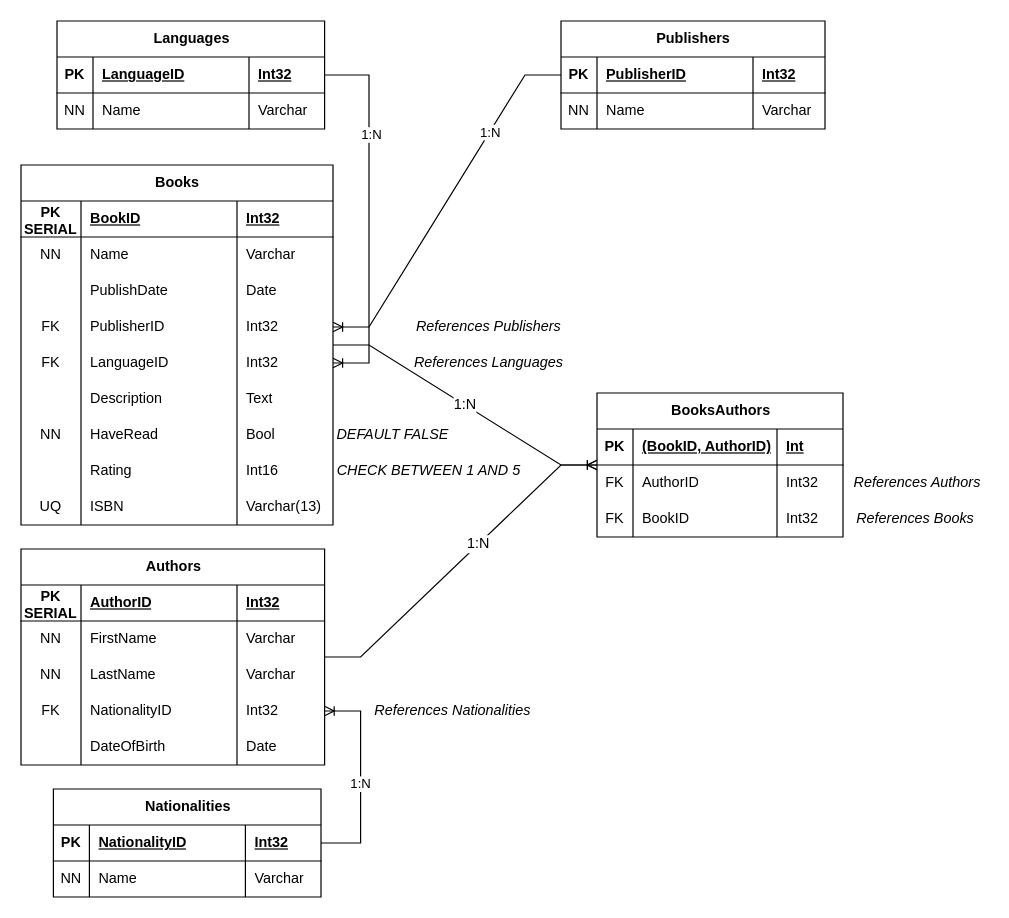
Above: navrhy/DB navrh - elektlabs.drawio in MatyasBalcar/elektlabs-staz (draw.io), before the change. Source tidied: cells renumbered, new cells numbered last; positions are measured from the earlier drawing's top-left corner, leaving out a move shared by most shapes. Both pictures are drawn from the tidied source at 120%, with x=0, y=0 at pixel (20, 20).
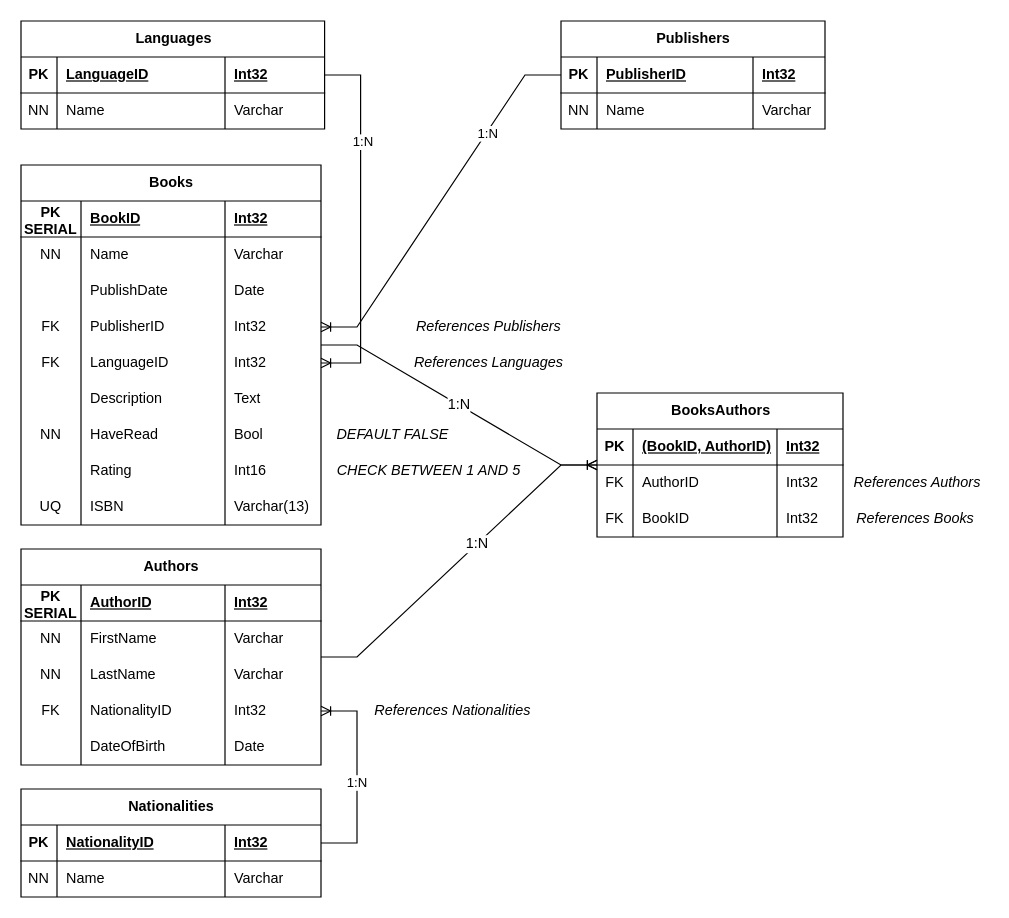
Above is the later version.

Unchanged cells that the change refers to:
```xml
<mxCell id="61" style="shape=tableRow;horizontal=0;startSize=0;swimlaneHead=0;swimlaneBody=0;fillColor=none;top=0;left=0;right=0;bottom=1;rounded=0;" parent="60" vertex="1">
  <mxGeometry y="30" width="205" height="30" as="geometry" />
</mxCell>
```

What changed in the source:
```diff
@@
     <mxCell id="2" value="Books" style="shape=table;startSize=30;childLayout=tableLayout;rowLines=0;fontStyle=1;align=center;html=1;rounded=0;" parent="1" vertex="1">
-      <mxGeometry y="120" width="260" height="300" as="geometry" />
+      <mxGeometry y="120" width="250" height="300" as="geometry" />
     </mxCell>
     <mxCell id="3" style="shape=tableRow;horizontal=0;startSize=0;swimlaneHead=0;swimlaneBody=0;fillColor=none;top=0;left=0;right=0;bottom=1;rounded=0;" parent="2" vertex="1">
-      <mxGeometry y="30" width="260" height="30" as="geometry" />
+      <mxGeometry y="30" width="250" height="30" as="geometry" />
     </mxCell>
@@
     <mxCell id="5" value="BookID" style="shape=partialRectangle;fillColor=none;top=0;left=0;bottom=0;right=0;align=left;spacingLeft=6;fontStyle=5;overflow=hidden;whiteSpace=wrap;html=1;rounded=0;" parent="3" vertex="1">
-      <mxGeometry x="50" width="130" height="30" as="geometry" />
+      <mxGeometry x="50" width="120" height="30" as="geometry" />
     </mxCell>
     <mxCell id="6" value="Int32" style="shape=partialRectangle;fillColor=none;top=0;left=0;bottom=0;right=0;align=left;spacingLeft=6;fontStyle=5;overflow=hidden;whiteSpace=wrap;html=1;rounded=0;" parent="3" vertex="1">
-      <mxGeometry x="180" width="80" height="30" as="geometry" />
+      <mxGeometry x="170" width="80" height="30" as="geometry" />
     </mxCell>
     <mxCell id="7" style="shape=tableRow;horizontal=0;startSize=0;swimlaneHead=0;swimlaneBody=0;fillColor=none;top=0;left=0;right=0;bottom=0;rounded=0;" parent="2" vertex="1">
-      <mxGeometry y="60" width="260" height="30" as="geometry" />
+      <mxGeometry y="60" width="250" height="30" as="geometry" />
     </mxCell>
@@
     <mxCell id="9" value="Name&lt;span style=&quot;white-space: pre;&quot;&gt;&#9;&lt;/span&gt;" style="shape=partialRectangle;fillColor=none;top=0;left=0;bottom=0;right=0;align=left;spacingLeft=6;overflow=hidden;whiteSpace=wrap;html=1;rounded=0;" parent="7" vertex="1">
-      <mxGeometry x="50" width="130" height="30" as="geometry" />
+      <mxGeometry x="50" width="120" height="30" as="geometry" />
     </mxCell>
     <mxCell id="10" value="Varchar" style="shape=partialRectangle;fillColor=none;top=0;left=0;bottom=0;right=0;align=left;spacingLeft=6;overflow=hidden;whiteSpace=wrap;html=1;rounded=0;" parent="7" vertex="1">
-      <mxGeometry x="180" width="80" height="30" as="geometry" />
+      <mxGeometry x="170" width="80" height="30" as="geometry" />
     </mxCell>
     <mxCell id="11" style="shape=tableRow;horizontal=0;startSize=0;swimlaneHead=0;swimlaneBody=0;fillColor=none;top=0;left=0;right=0;bottom=0;rounded=0;" parent="2" vertex="1">
-      <mxGeometry y="90" width="260" height="30" as="geometry" />
+      <mxGeometry y="90" width="250" height="30" as="geometry" />
     </mxCell>
@@
     <mxCell id="13" value="PublishDate" style="shape=partialRectangle;fillColor=none;top=0;left=0;bottom=0;right=0;align=left;spacingLeft=6;overflow=hidden;whiteSpace=wrap;html=1;rounded=0;" parent="11" vertex="1">
-      <mxGeometry x="50" width="130" height="30" as="geometry" />
+      <mxGeometry x="50" width="120" height="30" as="geometry" />
     </mxCell>
     <mxCell id="14" value="Date" style="shape=partialRectangle;fillColor=none;top=0;left=0;bottom=0;right=0;align=left;spacingLeft=6;overflow=hidden;whiteSpace=wrap;html=1;rounded=0;" parent="11" vertex="1">
-      <mxGeometry x="180" width="80" height="30" as="geometry" />
+      <mxGeometry x="170" width="80" height="30" as="geometry" />
     </mxCell>
     <mxCell id="15" style="shape=tableRow;horizontal=0;startSize=0;swimlaneHead=0;swimlaneBody=0;fillColor=none;points=[[0,0.5],[1,0.5]];portConstraint=eastwest;top=0;left=0;right=0;bottom=0;rounded=0;" parent="2" vertex="1">
-      <mxGeometry y="120" width="260" height="30" as="geometry" />
+      <mxGeometry y="120" width="250" height="30" as="geometry" />
     </mxCell>
@@
     <mxCell id="17" value="PublisherID" style="shape=partialRectangle;fillColor=none;top=0;left=0;bottom=0;right=0;align=left;spacingLeft=6;overflow=hidden;whiteSpace=wrap;html=1;rounded=0;" parent="15" vertex="1">
-      <mxGeometry x="50" width="130" height="30" as="geometry" />
+      <mxGeometry x="50" width="120" height="30" as="geometry" />
     </mxCell>
     <mxCell id="18" value="Int32" style="shape=partialRectangle;fillColor=none;top=0;left=0;bottom=0;right=0;align=left;spacingLeft=6;overflow=hidden;whiteSpace=wrap;html=1;rounded=0;" parent="15" vertex="1">
-      <mxGeometry x="180" width="80" height="30" as="geometry" />
+      <mxGeometry x="170" width="80" height="30" as="geometry" />
     </mxCell>
     <mxCell id="19" style="shape=tableRow;horizontal=0;startSize=0;swimlaneHead=0;swimlaneBody=0;fillColor=none;points=[[0,0.5],[1,0.5]];portConstraint=eastwest;top=0;left=0;right=0;bottom=0;rounded=0;" parent="2" vertex="1">
-      <mxGeometry y="150" width="260" height="30" as="geometry" />
+      <mxGeometry y="150" width="250" height="30" as="geometry" />
     </mxCell>
@@
     <mxCell id="21" value="LanguageID" style="shape=partialRectangle;fillColor=none;top=0;left=0;bottom=0;right=0;align=left;spacingLeft=6;overflow=hidden;whiteSpace=wrap;html=1;rounded=0;" parent="19" vertex="1">
-      <mxGeometry x="50" width="130" height="30" as="geometry" />
+      <mxGeometry x="50" width="120" height="30" as="geometry" />
     </mxCell>
     <mxCell id="22" value="Int32" style="shape=partialRectangle;fillColor=none;top=0;left=0;bottom=0;right=0;align=left;spacingLeft=6;overflow=hidden;whiteSpace=wrap;html=1;rounded=0;" parent="19" vertex="1">
-      <mxGeometry x="180" width="80" height="30" as="geometry" />
+      <mxGeometry x="170" width="80" height="30" as="geometry" />
     </mxCell>
     <mxCell id="23" style="shape=tableRow;horizontal=0;startSize=0;swimlaneHead=0;swimlaneBody=0;fillColor=none;top=0;left=0;right=0;bottom=0;rounded=0;" parent="2" vertex="1">
-      <mxGeometry y="180" width="260" height="30" as="geometry" />
+      <mxGeometry y="180" width="250" height="30" as="geometry" />
     </mxCell>
@@
     <mxCell id="25" value="Description" style="shape=partialRectangle;fillColor=none;top=0;left=0;bottom=0;right=0;align=left;spacingLeft=6;overflow=hidden;whiteSpace=wrap;html=1;rounded=0;" parent="23" vertex="1">
-      <mxGeometry x="50" width="130" height="30" as="geometry" />
+      <mxGeometry x="50" width="120" height="30" as="geometry" />
     </mxCell>
     <mxCell id="26" value="Text" style="shape=partialRectangle;fillColor=none;top=0;left=0;bottom=0;right=0;align=left;spacingLeft=6;overflow=hidden;whiteSpace=wrap;html=1;rounded=0;" parent="23" vertex="1">
-      <mxGeometry x="180" width="80" height="30" as="geometry" />
+      <mxGeometry x="170" width="80" height="30" as="geometry" />
     </mxCell>
     <mxCell id="27" style="shape=tableRow;horizontal=0;startSize=0;swimlaneHead=0;swimlaneBody=0;fillColor=none;top=0;left=0;right=0;bottom=0;rounded=0;" parent="2" vertex="1">
-      <mxGeometry y="210" width="260" height="30" as="geometry" />
+      <mxGeometry y="210" width="250" height="30" as="geometry" />
     </mxCell>
@@
     <mxCell id="29" value="HaveRead" style="shape=partialRectangle;fillColor=none;top=0;left=0;bottom=0;right=0;align=left;spacingLeft=6;overflow=hidden;whiteSpace=wrap;html=1;rounded=0;" parent="27" vertex="1">
-      <mxGeometry x="50" width="130" height="30" as="geometry" />
+      <mxGeometry x="50" width="120" height="30" as="geometry" />
     </mxCell>
     <mxCell id="30" value="Bool" style="shape=partialRectangle;fillColor=none;top=0;left=0;bottom=0;right=0;align=left;spacingLeft=6;overflow=hidden;whiteSpace=wrap;html=1;rounded=0;" parent="27" vertex="1">
-      <mxGeometry x="180" width="80" height="30" as="geometry" />
+      <mxGeometry x="170" width="80" height="30" as="geometry" />
     </mxCell>
     <mxCell id="31" style="shape=tableRow;horizontal=0;startSize=0;swimlaneHead=0;swimlaneBody=0;fillColor=none;top=0;left=0;right=0;bottom=0;rounded=0;" parent="2" vertex="1">
-      <mxGeometry y="240" width="260" height="30" as="geometry" />
+      <mxGeometry y="240" width="250" height="30" as="geometry" />
     </mxCell>
@@
     <mxCell id="33" value="Rating" style="shape=partialRectangle;fillColor=none;top=0;left=0;bottom=0;right=0;align=left;spacingLeft=6;overflow=hidden;whiteSpace=wrap;html=1;rounded=0;" parent="31" vertex="1">
-      <mxGeometry x="50" width="130" height="30" as="geometry" />
+      <mxGeometry x="50" width="120" height="30" as="geometry" />
     </mxCell>
     <mxCell id="34" value="Int16" style="shape=partialRectangle;fillColor=none;top=0;left=0;bottom=0;right=0;align=left;spacingLeft=6;overflow=hidden;whiteSpace=wrap;html=1;rounded=0;" parent="31" vertex="1">
-      <mxGeometry x="180" width="80" height="30" as="geometry" />
+      <mxGeometry x="170" width="80" height="30" as="geometry" />
     </mxCell>
     <mxCell id="35" style="shape=tableRow;horizontal=0;startSize=0;swimlaneHead=0;swimlaneBody=0;fillColor=none;top=0;left=0;right=0;bottom=0;rounded=0;" parent="2" vertex="1">
-      <mxGeometry y="270" width="260" height="30" as="geometry" />
+      <mxGeometry y="270" width="250" height="30" as="geometry" />
     </mxCell>
@@
     <mxCell id="37" value="ISBN" style="shape=partialRectangle;fillColor=none;top=0;left=0;bottom=0;right=0;align=left;spacingLeft=6;overflow=hidden;whiteSpace=wrap;html=1;rounded=0;" parent="35" vertex="1">
-      <mxGeometry x="50" width="130" height="30" as="geometry" />
+      <mxGeometry x="50" width="120" height="30" as="geometry" />
     </mxCell>
     <mxCell id="38" value="Varchar(13)" style="shape=partialRectangle;fillColor=none;top=0;left=0;bottom=0;right=0;align=left;spacingLeft=6;overflow=hidden;whiteSpace=wrap;html=1;rounded=0;" parent="35" vertex="1">
-      <mxGeometry x="180" width="80" height="30" as="geometry" />
+      <mxGeometry x="170" width="80" height="30" as="geometry" />
     </mxCell>
     <mxCell id="39" value="Authors" style="shape=table;startSize=30;childLayout=tableLayout;rowLines=0;fontStyle=1;align=center;html=1;rounded=0;" parent="1" vertex="1">
-      <mxGeometry y="440" width="253" height="180" as="geometry" />
+      <mxGeometry y="440" width="250" height="180" as="geometry" />
     </mxCell>
     <mxCell id="40" style="shape=tableRow;horizontal=0;startSize=0;swimlaneHead=0;swimlaneBody=0;fillColor=none;top=0;left=0;right=0;bottom=1;rounded=0;" parent="39" vertex="1">
-      <mxGeometry y="30" width="253" height="30" as="geometry" />
+      <mxGeometry y="30" width="250" height="30" as="geometry" />
     </mxCell>
@@
     <mxCell id="42" value="AuthorID" style="shape=partialRectangle;fillColor=none;top=0;left=0;bottom=0;right=0;align=left;spacingLeft=6;fontStyle=5;overflow=hidden;whiteSpace=wrap;html=1;rounded=0;" parent="40" vertex="1">
-      <mxGeometry x="50" width="130" height="30" as="geometry" />
+      <mxGeometry x="50" width="120" height="30" as="geometry" />
     </mxCell>
     <mxCell id="43" value="Int32" style="shape=partialRectangle;fillColor=none;top=0;left=0;bottom=0;right=0;align=left;spacingLeft=6;fontStyle=5;overflow=hidden;whiteSpace=wrap;html=1;rounded=0;" parent="40" vertex="1">
-      <mxGeometry x="180" width="73" height="30" as="geometry" />
+      <mxGeometry x="170" width="80" height="30" as="geometry" />
     </mxCell>
     <mxCell id="44" style="shape=tableRow;horizontal=0;startSize=0;swimlaneHead=0;swimlaneBody=0;fillColor=none;top=0;left=0;right=0;bottom=0;rounded=0;" parent="39" vertex="1">
-      <mxGeometry y="60" width="253" height="30" as="geometry" />
+      <mxGeometry y="60" width="250" height="30" as="geometry" />
     </mxCell>
@@
     <mxCell id="46" value="FirstName" style="shape=partialRectangle;fillColor=none;top=0;left=0;bottom=0;right=0;align=left;spacingLeft=6;overflow=hidden;whiteSpace=wrap;html=1;rounded=0;" parent="44" vertex="1">
-      <mxGeometry x="50" width="130" height="30" as="geometry" />
+      <mxGeometry x="50" width="120" height="30" as="geometry" />
     </mxCell>
     <mxCell id="47" value="Varchar" style="shape=partialRectangle;fillColor=none;top=0;left=0;bottom=0;right=0;align=left;spacingLeft=6;overflow=hidden;whiteSpace=wrap;html=1;rounded=0;" parent="44" vertex="1">
-      <mxGeometry x="180" width="73" height="30" as="geometry" />
+      <mxGeometry x="170" width="80" height="30" as="geometry" />
     </mxCell>
     <mxCell id="48" style="shape=tableRow;horizontal=0;startSize=0;swimlaneHead=0;swimlaneBody=0;fillColor=none;top=0;left=0;right=0;bottom=0;rounded=0;" parent="39" vertex="1">
-      <mxGeometry y="90" width="253" height="30" as="geometry" />
+      <mxGeometry y="90" width="250" height="30" as="geometry" />
     </mxCell>
@@
     <mxCell id="50" value="LastName" style="shape=partialRectangle;fillColor=none;top=0;left=0;bottom=0;right=0;align=left;spacingLeft=6;overflow=hidden;whiteSpace=wrap;html=1;rounded=0;" parent="48" vertex="1">
-      <mxGeometry x="50" width="130" height="30" as="geometry" />
+      <mxGeometry x="50" width="120" height="30" as="geometry" />
     </mxCell>
     <mxCell id="51" value="Varchar" style="shape=partialRectangle;fillColor=none;top=0;left=0;bottom=0;right=0;align=left;spacingLeft=6;overflow=hidden;whiteSpace=wrap;html=1;rounded=0;" parent="48" vertex="1">
-      <mxGeometry x="180" width="73" height="30" as="geometry" />
+      <mxGeometry x="170" width="80" height="30" as="geometry" />
     </mxCell>
     <mxCell id="52" style="shape=tableRow;horizontal=0;startSize=0;swimlaneHead=0;swimlaneBody=0;fillColor=none;points=[[0,0.5],[1,0.5]];portConstraint=eastwest;top=0;left=0;right=0;bottom=0;rounded=0;" parent="39" vertex="1">
-      <mxGeometry y="120" width="253" height="30" as="geometry" />
+      <mxGeometry y="120" width="250" height="30" as="geometry" />
     </mxCell>
@@
     <mxCell id="54" value="NationalityID" style="shape=partialRectangle;fillColor=none;top=0;left=0;bottom=0;right=0;align=left;spacingLeft=6;overflow=hidden;whiteSpace=wrap;html=1;rounded=0;" parent="52" vertex="1">
-      <mxGeometry x="50" width="130" height="30" as="geometry" />
+      <mxGeometry x="50" width="120" height="30" as="geometry" />
     </mxCell>
     <mxCell id="55" value="Int32" style="shape=partialRectangle;fillColor=none;top=0;left=0;bottom=0;right=0;align=left;spacingLeft=6;overflow=hidden;whiteSpace=wrap;html=1;rounded=0;" parent="52" vertex="1">
-      <mxGeometry x="180" width="73" height="30" as="geometry" />
+      <mxGeometry x="170" width="80" height="30" as="geometry" />
     </mxCell>
     <mxCell id="56" style="shape=tableRow;horizontal=0;startSize=0;swimlaneHead=0;swimlaneBody=0;fillColor=none;top=0;left=0;right=0;bottom=0;rounded=0;" parent="39" vertex="1">
-      <mxGeometry y="150" width="253" height="30" as="geometry" />
+      <mxGeometry y="150" width="250" height="30" as="geometry" />
     </mxCell>
@@
     <mxCell id="58" value="DateOfBirth" style="shape=partialRectangle;fillColor=none;top=0;left=0;bottom=0;right=0;align=left;spacingLeft=6;overflow=hidden;whiteSpace=wrap;html=1;rounded=0;" parent="56" vertex="1">
-      <mxGeometry x="50" width="130" height="30" as="geometry" />
+      <mxGeometry x="50" width="120" height="30" as="geometry" />
     </mxCell>
     <mxCell id="59" value="Date" style="shape=partialRectangle;fillColor=none;top=0;left=0;bottom=0;right=0;align=left;spacingLeft=6;overflow=hidden;whiteSpace=wrap;html=1;rounded=0;" parent="56" vertex="1">
-      <mxGeometry x="180" width="73" height="30" as="geometry" />
+      <mxGeometry x="170" width="80" height="30" as="geometry" />
     </mxCell>
@@
-    <mxCell id="64" value="Int" style="shape=partialRectangle;fillColor=none;top=0;left=0;bottom=0;right=0;align=left;spacingLeft=6;fontStyle=5;overflow=hidden;whiteSpace=wrap;html=1;rounded=0;" parent="61" vertex="1">
+    <mxCell id="64" value="Int32" style="shape=partialRectangle;fillColor=none;top=0;left=0;bottom=0;right=0;align=left;spacingLeft=6;fontStyle=5;overflow=hidden;whiteSpace=wrap;html=1;rounded=0;" parent="61" vertex="1">
       <mxGeometry x="150" width="55" height="30" as="geometry" />
     </mxCell>
@@
     <mxCell id="78" value="Languages" style="shape=table;startSize=30;childLayout=tableLayout;rowLines=0;fontStyle=1;align=center;html=1;" parent="1" vertex="1">
-      <mxGeometry x="30" width="223" height="90" as="geometry" />
+      <mxGeometry width="253" height="90" as="geometry" />
     </mxCell>
     <mxCell id="79" style="shape=tableRow;horizontal=0;startSize=0;swimlaneHead=0;swimlaneBody=0;fillColor=none;top=0;left=0;right=0;bottom=1;" parent="78" vertex="1">
-      <mxGeometry y="30" width="223" height="30" as="geometry" />
+      <mxGeometry y="30" width="253" height="30" as="geometry" />
     </mxCell>
@@
     <mxCell id="81" value="LanguageID" style="shape=partialRectangle;fillColor=none;top=0;left=0;bottom=0;right=0;align=left;spacingLeft=6;fontStyle=5;overflow=hidden;whiteSpace=wrap;html=1;" parent="79" vertex="1">
-      <mxGeometry x="30" width="130" height="30" as="geometry" />
+      <mxGeometry x="30" width="140" height="30" as="geometry" />
     </mxCell>
     <mxCell id="82" value="Int32" style="shape=partialRectangle;fillColor=none;top=0;left=0;bottom=0;right=0;align=left;spacingLeft=6;fontStyle=5;overflow=hidden;whiteSpace=wrap;html=1;" parent="79" vertex="1">
-      <mxGeometry x="160" width="63" height="30" as="geometry" />
+      <mxGeometry x="170" width="83" height="30" as="geometry" />
     </mxCell>
     <mxCell id="83" style="shape=tableRow;horizontal=0;startSize=0;swimlaneHead=0;swimlaneBody=0;fillColor=none;top=0;left=0;right=0;bottom=0;" parent="78" vertex="1">
-      <mxGeometry y="60" width="223" height="30" as="geometry" />
+      <mxGeometry y="60" width="253" height="30" as="geometry" />
     </mxCell>
@@
     <mxCell id="85" value="Name" style="shape=partialRectangle;fillColor=none;top=0;left=0;bottom=0;right=0;align=left;spacingLeft=6;overflow=hidden;whiteSpace=wrap;html=1;" parent="83" vertex="1">
-      <mxGeometry x="30" width="130" height="30" as="geometry" />
+      <mxGeometry x="30" width="140" height="30" as="geometry" />
     </mxCell>
     <mxCell id="86" value="Varchar" style="shape=partialRectangle;fillColor=none;top=0;left=0;bottom=0;right=0;align=left;spacingLeft=6;overflow=hidden;whiteSpace=wrap;html=1;" parent="83" vertex="1">
-      <mxGeometry x="160" width="63" height="30" as="geometry" />
+      <mxGeometry x="170" width="83" height="30" as="geometry" />
     </mxCell>
     <mxCell id="87" value="Nationalities" style="shape=table;startSize=30;childLayout=tableLayout;rowLines=0;fontStyle=1;align=center;html=1;" parent="1" vertex="1">
-      <mxGeometry x="27" y="640" width="223" height="90" as="geometry" />
+      <mxGeometry y="640" width="250" height="90" as="geometry" />
     </mxCell>
     <mxCell id="88" style="shape=tableRow;horizontal=0;startSize=0;swimlaneHead=0;swimlaneBody=0;fillColor=none;top=0;left=0;right=0;bottom=1;" parent="87" vertex="1">
-      <mxGeometry y="30" width="223" height="30" as="geometry" />
+      <mxGeometry y="30" width="250" height="30" as="geometry" />
     </mxCell>
@@
     <mxCell id="90" value="NationalityID" style="shape=partialRectangle;fillColor=none;top=0;left=0;bottom=0;right=0;align=left;spacingLeft=6;fontStyle=5;overflow=hidden;whiteSpace=wrap;html=1;" parent="88" vertex="1">
-      <mxGeometry x="30" width="130" height="30" as="geometry" />
+      <mxGeometry x="30" width="140" height="30" as="geometry" />
     </mxCell>
     <mxCell id="91" value="Int32" style="shape=partialRectangle;fillColor=none;top=0;left=0;bottom=0;right=0;align=left;spacingLeft=6;fontStyle=5;overflow=hidden;whiteSpace=wrap;html=1;" parent="88" vertex="1">
-      <mxGeometry x="160" width="63" height="30" as="geometry" />
+      <mxGeometry x="170" width="80" height="30" as="geometry" />
     </mxCell>
     <mxCell id="92" style="shape=tableRow;horizontal=0;startSize=0;swimlaneHead=0;swimlaneBody=0;fillColor=none;top=0;left=0;right=0;bottom=0;" parent="87" vertex="1">
-      <mxGeometry y="60" width="223" height="30" as="geometry" />
+      <mxGeometry y="60" width="250" height="30" as="geometry" />
     </mxCell>
@@
     <mxCell id="94" value="Name" style="shape=partialRectangle;fillColor=none;top=0;left=0;bottom=0;right=0;align=left;spacingLeft=6;overflow=hidden;whiteSpace=wrap;html=1;" parent="92" vertex="1">
-      <mxGeometry x="30" width="130" height="30" as="geometry" />
+      <mxGeometry x="30" width="140" height="30" as="geometry" />
     </mxCell>
     <mxCell id="95" value="Varchar" style="shape=partialRectangle;fillColor=none;top=0;left=0;bottom=0;right=0;align=left;spacingLeft=6;overflow=hidden;whiteSpace=wrap;html=1;" parent="92" vertex="1">
-      <mxGeometry x="160" width="63" height="30" as="geometry" />
+      <mxGeometry x="170" width="80" height="30" as="geometry" />
     </mxCell>
```
